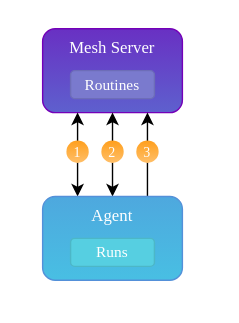
Earlier version of the draw.io export statics/workflow.svg (do87/poly). Source tidied: cells renumbered, new cells last; positions are measured from the earlier drawing's top-left corner, leaving out a move shared by most shapes.
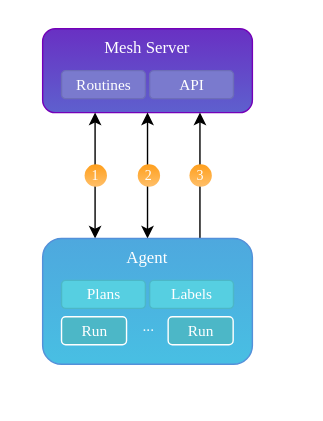
Later version of the same file.

What changed in the source:
```diff
@@ -2,38 +2,53 @@
   <root>
     <mxCell id="0" />
     <mxCell id="1" parent="0" />
-    <mxCell id="2" style="rounded=1;whiteSpace=wrap;html=1;fontFamily=Verdana;fontSize=11;fontColor=#000000;strokeColor=none;fillColor=#FFFFFF;gradientColor=none;align=left;verticalAlign=middle;" parent="1" vertex="1">
-      <mxGeometry width="170" height="230" as="geometry" />
-    </mxCell>
+    <mxCell id="13" style="rounded=1;whiteSpace=wrap;html=1;fontFamily=Verdana;fontSize=11;fontColor=#000000;strokeColor=none;fillColor=#FFFFFF;gradientColor=none;align=left;verticalAlign=middle;" parent="1" vertex="1">
+      <mxGeometry x="10" y="-20" width="230" height="300" as="geometry" />
+    </mxCell>
     <mxCell id="3" value="Mesh Server" style="rounded=1;whiteSpace=wrap;html=1;fillColor=#6930c3;gradientColor=#5e60ce;strokeColor=#7400b8;fontColor=#FFFFFF;fontFamily=Verdana;fontStyle=0;verticalAlign=top;" parent="1" vertex="1">
-      <mxGeometry x="30" y="20" width="100" height="60" as="geometry" />
+      <mxGeometry x="40" width="150" height="60" as="geometry" />
     </mxCell>
-    <mxCell id="4" style="edgeStyle=orthogonalEdgeStyle;rounded=0;jettySize=auto;html=1;exitX=0.25;exitY=0;exitDx=0;exitDy=0;entryX=0.25;entryY=1;entryDx=0;entryDy=0;fontFamily=Verdana;fontColor=#FFFFFF;startArrow=classic;startFill=1;" parent="1" edge="1" source="7" target="3">
-      <mxGeometry relative="1" as="geometry" />
-    </mxCell>
-    <mxCell id="5" style="edgeStyle=orthogonalEdgeStyle;rounded=0;jettySize=auto;html=1;exitX=0.5;exitY=0;exitDx=0;exitDy=0;entryX=0.5;entryY=1;entryDx=0;entryDy=0;fontFamily=Verdana;fontColor=#FFFFFF;startArrow=classic;startFill=1;" parent="1" edge="1" source="7" target="3">
-      <mxGeometry relative="1" as="geometry" />
-    </mxCell>
-    <mxCell id="6" style="edgeStyle=orthogonalEdgeStyle;rounded=0;jettySize=auto;html=1;exitX=0.75;exitY=0;exitDx=0;exitDy=0;entryX=0.75;entryY=1;entryDx=0;entryDy=0;fontFamily=Verdana;fontColor=#FFFFFF;startArrow=none;startFill=0;" parent="1" edge="1" source="7" target="3">
-      <mxGeometry relative="1" as="geometry" />
-    </mxCell>
+    <mxCell id="14" style="edgeStyle=orthogonalEdgeStyle;rounded=0;jettySize=auto;html=1;exitX=0.25;exitY=0;exitDx=0;exitDy=0;entryX=0.25;entryY=1;entryDx=0;entryDy=0;fontFamily=Verdana;fontColor=#FFFFFF;startArrow=classic;startFill=1;" parent="1" edge="1" source="7" target="3">
+      <mxGeometry relative="1" as="geometry" />
+    </mxCell>
+    <mxCell id="15" style="edgeStyle=orthogonalEdgeStyle;rounded=0;jettySize=auto;html=1;exitX=0.5;exitY=0;exitDx=0;exitDy=0;entryX=0.5;entryY=1;entryDx=0;entryDy=0;fontFamily=Verdana;fontColor=#FFFFFF;startArrow=classic;startFill=1;" parent="1" edge="1" source="7" target="3">
+      <mxGeometry relative="1" as="geometry" />
+    </mxCell>
+    <mxCell id="16" style="edgeStyle=orthogonalEdgeStyle;rounded=0;jettySize=auto;html=1;exitX=0.75;exitY=0;exitDx=0;exitDy=0;entryX=0.75;entryY=1;entryDx=0;entryDy=0;fontFamily=Verdana;fontColor=#FFFFFF;startArrow=none;startFill=0;" parent="1" edge="1" source="7" target="3">
+      <mxGeometry relative="1" as="geometry" />
+    </mxCell>
     <mxCell id="7" value="Agent" style="rounded=1;whiteSpace=wrap;html=1;fillColor=#4ea8de;strokeColor=#5390d9;fontColor=#FFFFFF;fontFamily=Verdana;fontStyle=0;gradientColor=#48bfe3;verticalAlign=top;" parent="1" vertex="1">
-      <mxGeometry x="30" y="140" width="100" height="60" as="geometry" />
+      <mxGeometry x="40" y="150" width="150" height="90" as="geometry" />
     </mxCell>
     <mxCell id="8" value="1" style="ellipse;whiteSpace=wrap;html=1;fontFamily=Verdana;fontColor=#FFFFFF;strokeColor=none;fillColor=#ff9f1c;gradientColor=#ffbf69;fontSize=10;" parent="1" vertex="1">
-      <mxGeometry x="47" y="100" width="16" height="16" as="geometry" />
+      <mxGeometry x="70" y="97" width="16" height="16" as="geometry" />
     </mxCell>
     <mxCell id="9" value="2" style="ellipse;whiteSpace=wrap;html=1;fontFamily=Verdana;fontColor=#FFFFFF;strokeColor=none;fillColor=#ff9f1c;gradientColor=#ffbf69;fontSize=10;" parent="1" vertex="1">
-      <mxGeometry x="72" y="100" width="16" height="16" as="geometry" />
+      <mxGeometry x="108" y="97" width="16" height="16" as="geometry" />
     </mxCell>
     <mxCell id="10" value="3" style="ellipse;whiteSpace=wrap;html=1;fontFamily=Verdana;fontColor=#FFFFFF;strokeColor=none;fillColor=#ff9f1c;gradientColor=#ffbf69;fontSize=10;" parent="1" vertex="1">
-      <mxGeometry x="97" y="100" width="16" height="16" as="geometry" />
+      <mxGeometry x="145" y="97" width="16" height="16" as="geometry" />
     </mxCell>
     <mxCell id="11" value="Routines" style="rounded=1;whiteSpace=wrap;html=1;fillColor=#7A7ACE;strokeColor=#6D6DB8;fontColor=#FFFFFF;fontFamily=Verdana;fontStyle=0;verticalAlign=middle;fontSize=11;" parent="1" vertex="1">
-      <mxGeometry x="50" y="50" width="60" height="20" as="geometry" />
+      <mxGeometry x="53.5" y="30" width="60" height="20" as="geometry" />
     </mxCell>
-    <mxCell id="12" value="Runs" style="rounded=1;whiteSpace=wrap;html=1;fillColor=#56cfe1;strokeColor=#4CB7C7;fontColor=#FFFFFF;fontFamily=Verdana;fontStyle=0;verticalAlign=middle;fontSize=11;" parent="1" vertex="1">
-      <mxGeometry x="50" y="170" width="60" height="20" as="geometry" />
-    </mxCell>
+    <mxCell id="17" value="Plans" style="rounded=1;whiteSpace=wrap;html=1;fillColor=#56cfe1;strokeColor=#4CB7C7;fontColor=#FFFFFF;fontFamily=Verdana;fontStyle=0;verticalAlign=middle;fontSize=11;" parent="1" vertex="1">
+      <mxGeometry x="53.5" y="180" width="60" height="20" as="geometry" />
+    </mxCell>
+    <mxCell id="18" value="Labels" style="rounded=1;whiteSpace=wrap;html=1;fillColor=#56cfe1;strokeColor=#4CB7C7;fontColor=#FFFFFF;fontFamily=Verdana;fontStyle=0;verticalAlign=middle;fontSize=11;" parent="1" vertex="1">
+      <mxGeometry x="116.5" y="180" width="60" height="20" as="geometry" />
+    </mxCell>
+    <mxCell id="19" value="API" style="rounded=1;whiteSpace=wrap;html=1;fillColor=#7A7ACE;strokeColor=#6D6DB8;fontColor=#FFFFFF;fontFamily=Verdana;fontStyle=0;verticalAlign=middle;fontSize=11;" parent="1" vertex="1">
+      <mxGeometry x="116.5" y="30" width="60" height="20" as="geometry" />
+    </mxCell>
+    <mxCell id="20" value="Run" style="rounded=1;whiteSpace=wrap;html=1;fillColor=#4CB7C7;strokeColor=#FFFFFF;fontColor=#FFFFFF;fontFamily=Verdana;fontStyle=0;verticalAlign=middle;fontSize=11;" parent="1" vertex="1">
+      <mxGeometry x="53.5" y="206" width="46.5" height="20" as="geometry" />
+    </mxCell>
+    <mxCell id="21" value="Run" style="rounded=1;whiteSpace=wrap;html=1;fillColor=#4CB7C7;strokeColor=#FFFFFF;fontColor=#FFFFFF;fontFamily=Verdana;fontStyle=0;verticalAlign=middle;fontSize=11;" parent="1" vertex="1">
+      <mxGeometry x="129.8" y="206" width="46.5" height="20" as="geometry" />
+    </mxCell>
+    <mxCell id="22" value="..." style="text;html=1;strokeColor=none;fillColor=none;align=center;verticalAlign=middle;whiteSpace=wrap;rounded=0;fontFamily=Verdana;fontSize=11;fontColor=#FFFFFF;" parent="1" vertex="1">
+      <mxGeometry x="86" y="198" width="60" height="30" as="geometry" />
+    </mxCell>
   </root>
 </mxGraphModel>
```
